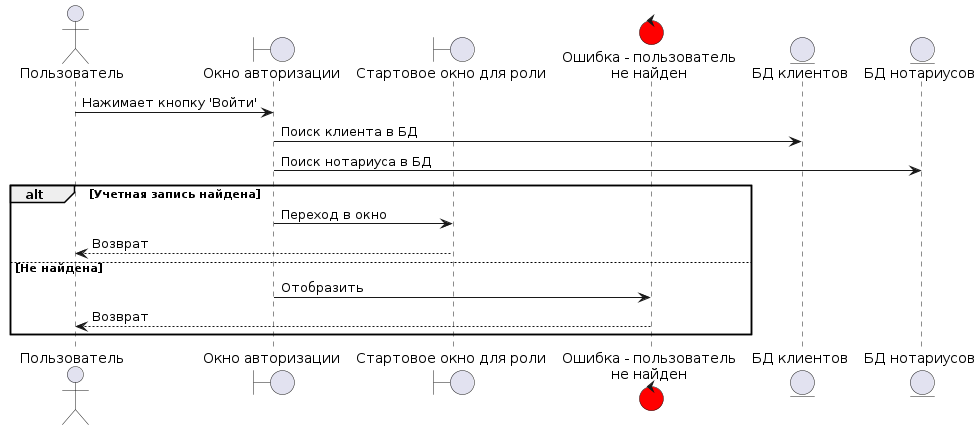
Student7751/CourseWork keeps this PlantUML diagram as Diagrams/images/sequence/Auth.png. Above is the earlier version.
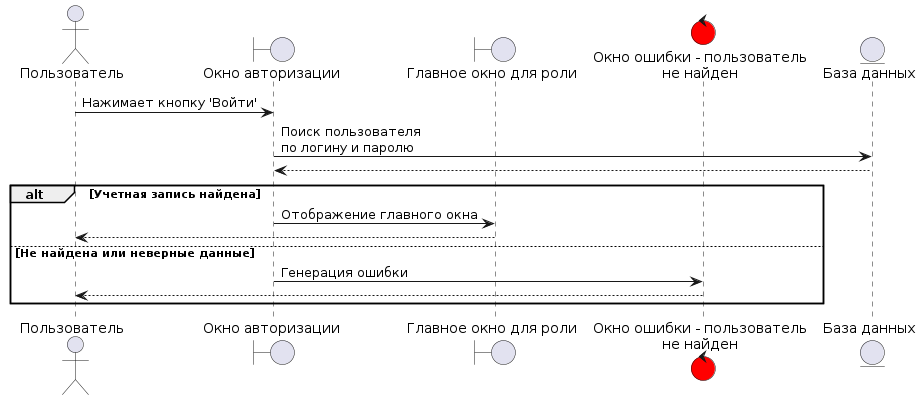
After the commit.

The edit, as a diff of the source:
```diff
@@ -2,25 +2,24 @@
 actor user as "Пользователь"
 
 boundary main_window as "Окно авторизации"
-boundary role_window as "Стартовое окно для роли"
+boundary role_window as "Главное окно для роли"
 
-control error as "Ошибка - пользователь\nне найден" #red
+control error as "Окно ошибки - пользователь\nне найден" #red
 
-entity clients_BD as "БД клиентов"
-entity notarius_BD as "БД нотариусов"
+entity BD as "База данных"
 
 user -> main_window : Нажимает кнопку 'Войти'
 
-main_window -> clients_BD : Поиск клиента в БД
-main_window -> notarius_BD : Поиск нотариуса в БД
+main_window -> BD: Поиск пользователя\nпо логину и паролю
+BD --> main_window
 
 alt Учетная запись найдена
-    main_window -> role_window : Переход в окно
-    role_window --> user : Возврат
+    main_window -> role_window : Отображение главного окна
+    role_window --> user
 
-else Не найдена
-    main_window -> error : Отобразить
-    error --> user : Возврат
+else Не найдена или неверные данные
+    main_window -> error : Генерация ошибки
+    error --> user
 
 end
 @enduml
```
